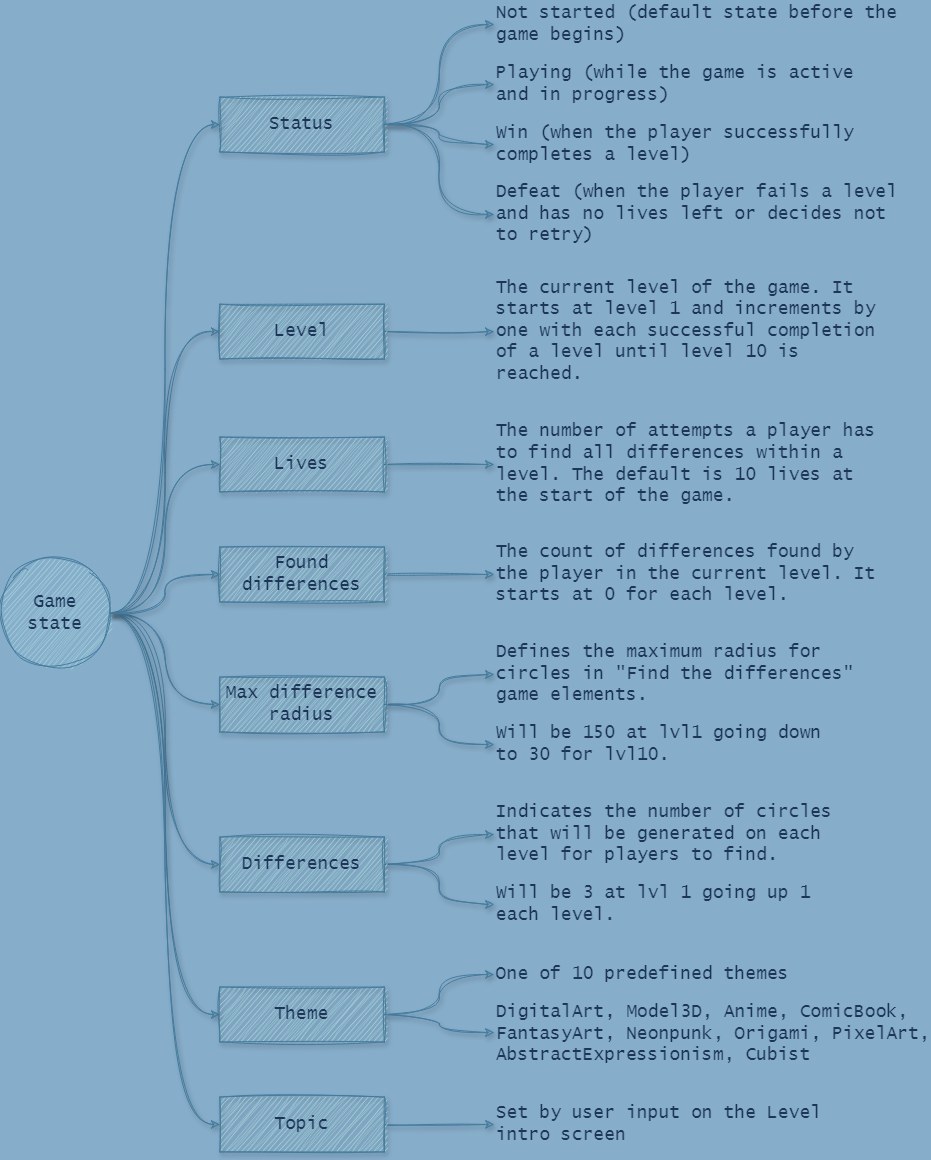
Above: ftd-game-state.png in vasilyoshev/ai-assistant (draw.io), before the change. Source tidied: cells renumbered, new cells last; positions are measured from the earlier drawing's top-left corner, leaving out a move shared by most shapes.
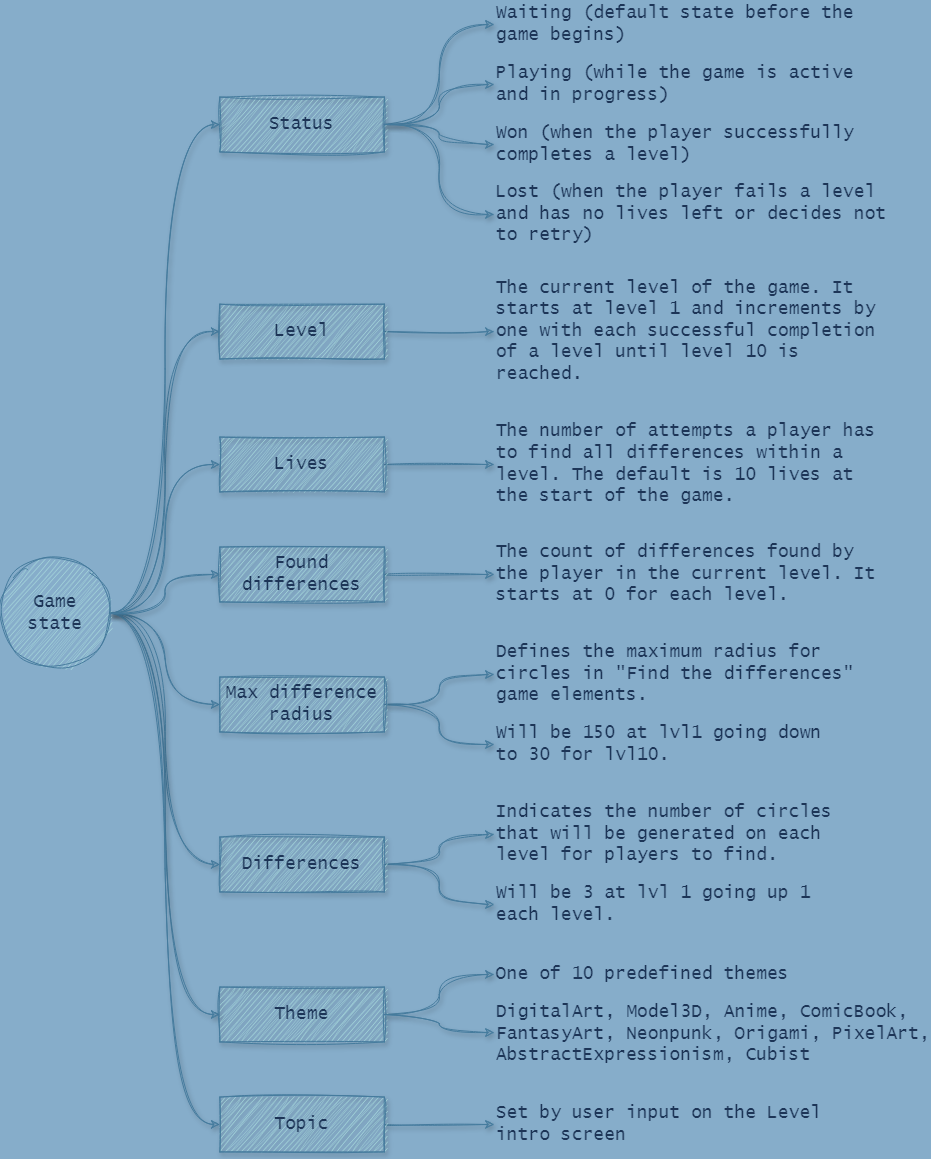
Later version of the same file.

The edit, as a diff of the source:
```diff
@@ -128,16 +128,16 @@
     <mxCell id="43" style="group;" parent="1" vertex="1">
       <mxGeometry x="493.5" width="411.3" height="240" as="geometry" />
     </mxCell>
-    <mxCell id="44" value="Not started (default state before the game begins)" style="text;html=1;align=left;verticalAlign=middle;whiteSpace=wrap;rounded=0;fontFamily=Lucida Console;fontColor=#1D3557;labelBackgroundColor=none;fontSize=18;strokeWidth=1;shadow=1;sketch=1;curveFitting=1;jiggle=2;" parent="43" vertex="1">
+    <mxCell id="44" value="Waiting (default state before the game begins)" style="text;html=1;align=left;verticalAlign=middle;whiteSpace=wrap;rounded=0;fontFamily=Lucida Console;fontColor=#1D3557;labelBackgroundColor=none;fontSize=18;strokeWidth=1;shadow=1;sketch=1;curveFitting=1;jiggle=2;" parent="43" vertex="1">
       <mxGeometry width="404.4" height="40" as="geometry" />
     </mxCell>
     <mxCell id="45" value="Playing (while the game is active and in progress)" style="text;html=1;align=left;verticalAlign=middle;whiteSpace=wrap;rounded=0;fontFamily=Lucida Console;fontColor=#1D3557;labelBackgroundColor=none;fontSize=18;strokeWidth=1;shadow=1;sketch=1;curveFitting=1;jiggle=2;" parent="43" vertex="1">
       <mxGeometry y="60" width="383.9" height="40" as="geometry" />
     </mxCell>
-    <mxCell id="46" value="Win (when the player successfully completes a level)" style="text;html=1;align=left;verticalAlign=middle;whiteSpace=wrap;rounded=0;fontFamily=Lucida Console;fontColor=#1D3557;labelBackgroundColor=none;fontSize=18;strokeWidth=1;shadow=1;sketch=1;curveFitting=1;jiggle=2;" parent="43" vertex="1">
+    <mxCell id="46" value="Won (when the player successfully completes a level)" style="text;html=1;align=left;verticalAlign=middle;whiteSpace=wrap;rounded=0;fontFamily=Lucida Console;fontColor=#1D3557;labelBackgroundColor=none;fontSize=18;strokeWidth=1;shadow=1;sketch=1;curveFitting=1;jiggle=2;" parent="43" vertex="1">
       <mxGeometry y="120" width="411.3" height="40" as="geometry" />
     </mxCell>
-    <mxCell id="47" value="Defeat (when the player fails a level and has no lives left or decides not to retry)" style="text;html=1;align=left;verticalAlign=middle;whiteSpace=wrap;rounded=0;fontFamily=Lucida Console;fontColor=#1D3557;labelBackgroundColor=none;fontSize=18;strokeWidth=1;shadow=1;sketch=1;curveFitting=1;jiggle=2;" parent="43" vertex="1">
+    <mxCell id="47" value="Lost (when the player fails a level and has no lives left or decides not to retry)" style="text;html=1;align=left;verticalAlign=middle;whiteSpace=wrap;rounded=0;fontFamily=Lucida Console;fontColor=#1D3557;labelBackgroundColor=none;fontSize=18;strokeWidth=1;shadow=1;sketch=1;curveFitting=1;jiggle=2;" parent="43" vertex="1">
       <mxGeometry y="180" width="406.4" height="60" as="geometry" />
     </mxCell>
     <mxCell id="48" style="group;" parent="1" vertex="1">
```
